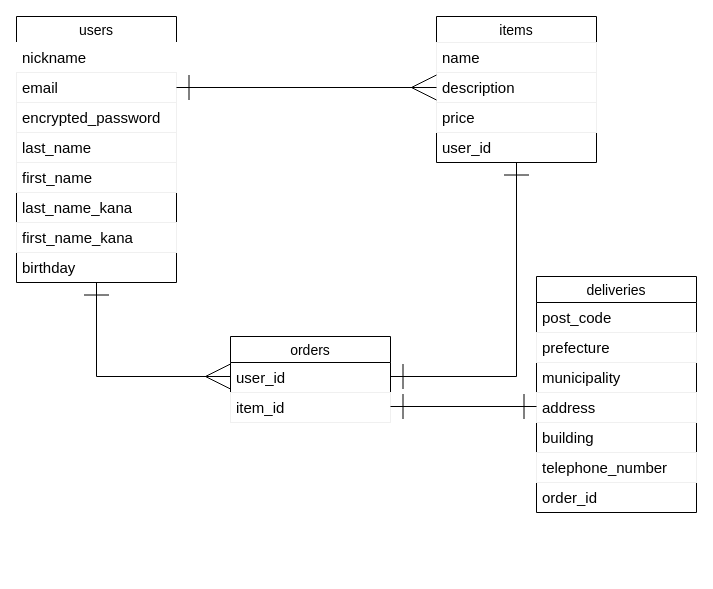
Above: furima.dio in jum113/furima-37254 (draw.io), before the change. Source tidied: cells renumbered, new cells numbered last; positions are measured from the earlier drawing's top-left corner, leaving out a move shared by most shapes. Both pictures are drawn from the tidied source at 100%, with x=0, y=0 at pixel (16, 16).
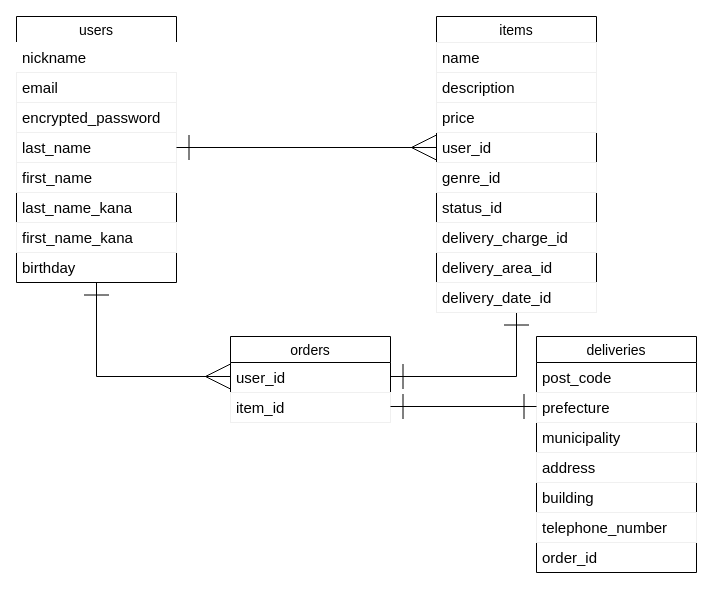
The same page after the edit.

Commit message (it also covers changes not shown here):
テーブル設計のレビュー修正

Unchanged cells that the change refers to:
```xml
<mxCell id="5" value="email" style="text;fillColor=none;spacingLeft=4;spacingRight=4;overflow=hidden;points=[[0,0.5],[1,0.5]];portConstraint=eastwest;fontSize=15;strokeColor=#f0f0f0;" parent="3" vertex="1">
  <mxGeometry y="56" width="160" height="30" as="geometry" />
</mxCell>
<mxCell id="7" value="last_name" style="text;fillColor=none;spacingLeft=4;spacingRight=4;overflow=hidden;points=[[0,0.5],[1,0.5]];portConstraint=eastwest;fontSize=15;strokeColor=#f0f0f0;" parent="3" vertex="1">
  <mxGeometry y="116" width="160" height="30" as="geometry" />
</mxCell>
<mxCell id="15" value="description" style="text;fillColor=none;spacingLeft=4;spacingRight=4;overflow=hidden;points=[[0,0.5],[1,0.5]];portConstraint=eastwest;fontSize=15;strokeColor=#f0f0f0;" parent="13" vertex="1">
  <mxGeometry y="56" width="160" height="30" as="geometry" />
</mxCell>
<mxCell id="17" value="user_id" style="text;strokeColor=none;fillColor=none;spacingLeft=4;spacingRight=4;overflow=hidden;points=[[0,0.5],[1,0.5]];portConstraint=eastwest;fontSize=15;" parent="13" vertex="1">
  <mxGeometry y="116" width="160" height="30" as="geometry" />
</mxCell>
```

What changed in the source:
```diff
@@
     <mxCell id="13" value="items" style="swimlane;fontStyle=0;horizontal=1;startSize=26;align=center;fontSize=14;" parent="1" vertex="1">
-      <mxGeometry x="420" width="160" height="146" as="geometry" />
+      <mxGeometry x="420" width="160" height="296" as="geometry" />
     </mxCell>
@@
+    <mxCell id="33" value="genre_id" style="text;fillColor=none;spacingLeft=4;spacingRight=4;overflow=hidden;fontSize=15;strokeColor=#f0f0f0;" parent="13" vertex="1">
+      <mxGeometry y="146" width="160" height="30" as="geometry" />
+    </mxCell>
+    <mxCell id="34" value="status_id" style="text;strokeColor=none;fillColor=none;spacingLeft=4;spacingRight=4;overflow=hidden;fontSize=15;" parent="13" vertex="1">
+      <mxGeometry y="176" width="160" height="30" as="geometry" />
+    </mxCell>
+    <mxCell id="35" value="delivery_charge_id" style="text;fillColor=none;spacingLeft=4;spacingRight=4;overflow=hidden;fontSize=15;strokeColor=#f0f0f0;" parent="13" vertex="1">
+      <mxGeometry y="206" width="160" height="30" as="geometry" />
+    </mxCell>
+    <mxCell id="36" value="delivery_area_id" style="text;strokeColor=none;fillColor=none;spacingLeft=4;spacingRight=4;overflow=hidden;fontSize=15;" parent="13" vertex="1">
+      <mxGeometry y="236" width="160" height="30" as="geometry" />
+    </mxCell>
+    <mxCell id="37" value="delivery_date_id" style="text;fillColor=none;spacingLeft=4;spacingRight=4;overflow=hidden;fontSize=15;strokeColor=#f0f0f0;" parent="13" vertex="1">
+      <mxGeometry y="266" width="160" height="30" as="geometry" />
+    </mxCell>
@@
     <mxCell id="21" value="deliveries" style="swimlane;fontStyle=0;horizontal=1;startSize=26;align=center;fontSize=14;" parent="1" vertex="1">
-      <mxGeometry x="520" y="260" width="160" height="236" as="geometry" />
+      <mxGeometry x="520" y="320" width="160" height="236" as="geometry" />
     </mxCell>
@@
-    <mxCell id="29" style="edgeStyle=none;html=1;exitX=1;exitY=0.5;exitDx=0;exitDy=0;startArrow=ERone;startFill=0;endArrow=ERmany;endFill=0;endSize=23;startSize=23;entryX=0;entryY=0.5;entryDx=0;entryDy=0;" parent="1" edge="1" source="5" target="15">
+    <mxCell id="29" style="edgeStyle=none;html=1;exitX=1;exitY=0.5;exitDx=0;exitDy=0;startArrow=ERone;startFill=0;endArrow=ERmany;endFill=0;endSize=23;startSize=23;entryX=0;entryY=0.5;entryDx=0;entryDy=0;" parent="1" edge="1" source="7" target="17">
       <mxGeometry relative="1" as="geometry" />
     </mxCell>
```
